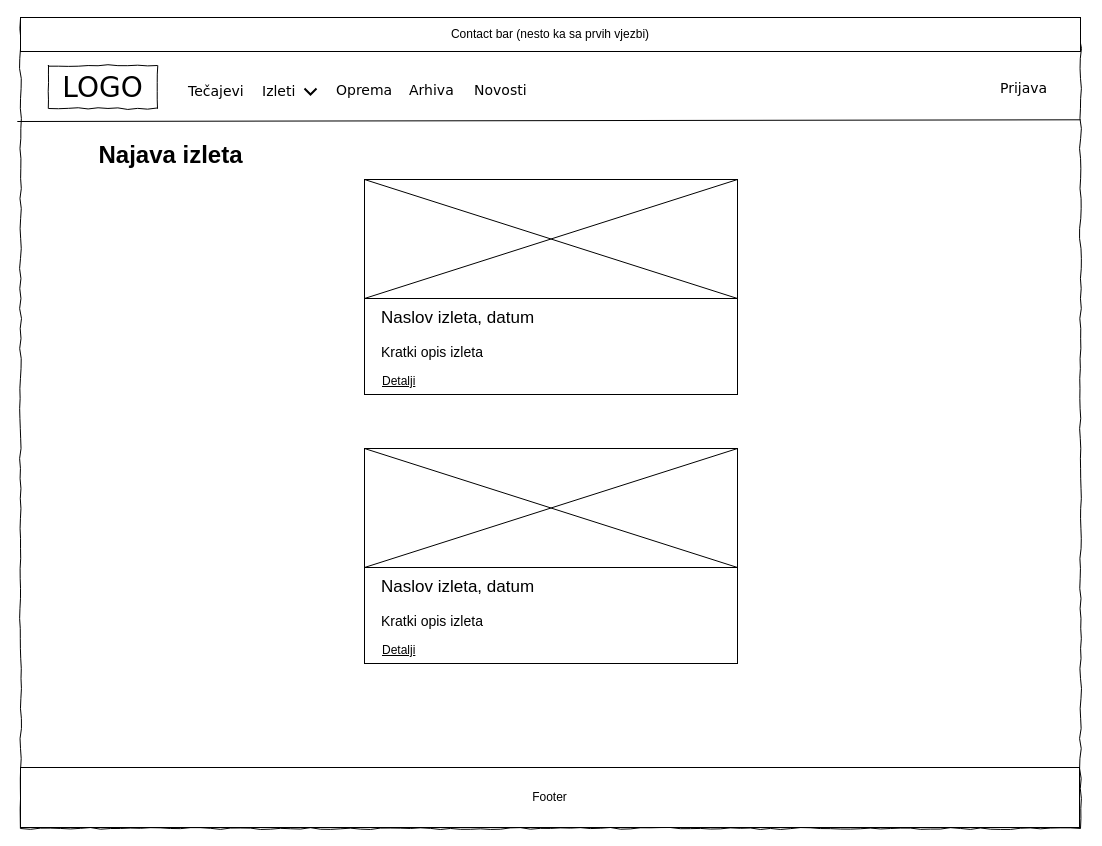
This is page "Hiking announcements Page" (4 of 12) of low-fidelity-HCI.drawio from JakovSp/HCI, a draw.io file, before an edit. Source tidied: cells renumbered, new cells numbered last; positions are measured from the earlier drawing's top-left corner, leaving out a move shared by most shapes. Both pictures are drawn from the tidied source at 100%, with x=0, y=0 at pixel (17, 17). Pictures stored in the file or linked from it are replaced by grey dashed boxes.
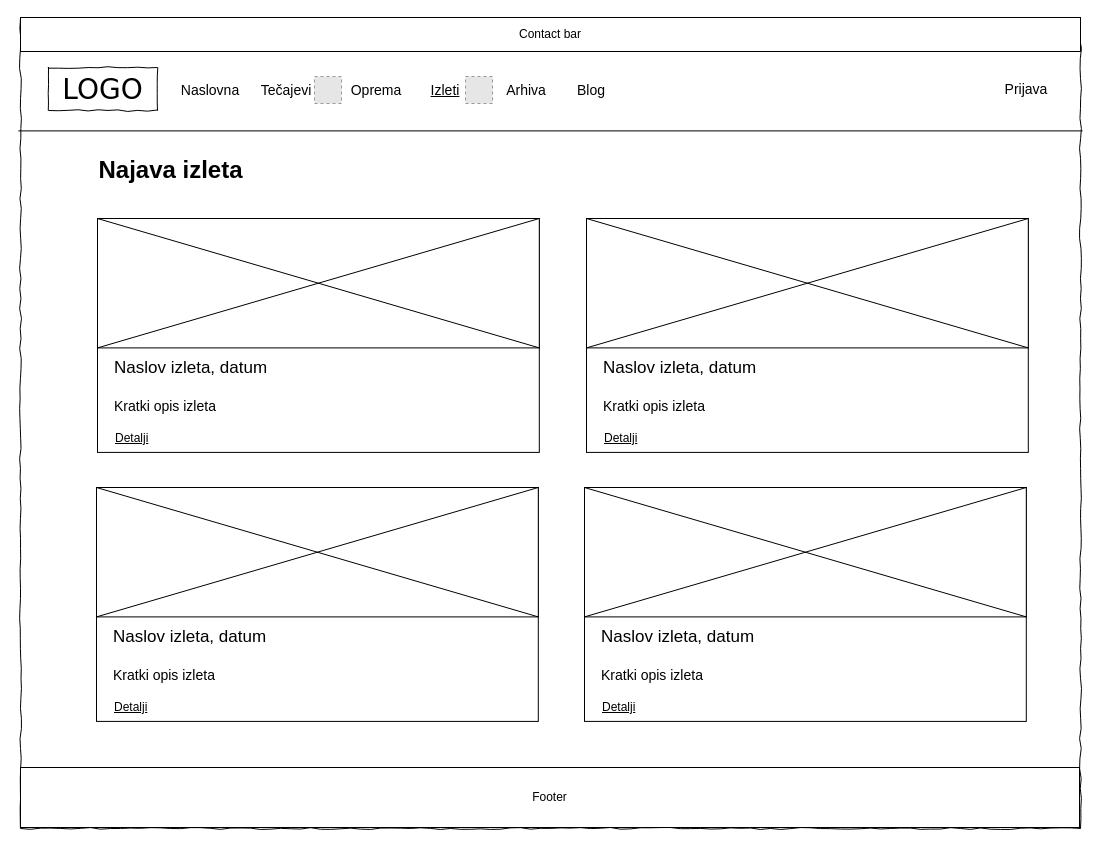
After the change.

Change to the diagram source:
```diff
@@
-    <mxCell id="3" value="Contact bar (nesto ka sa prvih vjezbi)" style="rounded=0;whiteSpace=wrap;html=1;" parent="1" vertex="1">
-      <mxGeometry x="3" width="1060" height="34" as="geometry" />
-    </mxCell>
@@
-    <mxCell id="5" style="group;" parent="1" vertex="1">
-      <mxGeometry x="-0.2" y="43" width="1063.2" height="61" as="geometry" />
-    </mxCell>
-    <mxCell id="6" value="Oprema" style="text;html=1;align=left;verticalAlign=top;spacingTop=-4;fontSize=14;fontFamily=Verdana;" parent="5" vertex="1">
-      <mxGeometry x="317.2" y="18.5" width="60" height="20" as="geometry" />
-    </mxCell>
-    <mxCell id="7" value="Arhiva" style="text;html=1;align=left;verticalAlign=top;spacingTop=-4;fontSize=14;fontFamily=Verdana;" parent="5" vertex="1">
-      <mxGeometry x="390.2" y="19" width="60" height="20" as="geometry" />
-    </mxCell>
-    <mxCell id="8" value="Novosti" style="text;html=1;align=left;verticalAlign=top;spacingTop=-4;fontSize=14;fontFamily=Verdana;" parent="5" vertex="1">
-      <mxGeometry x="455.2" y="19" width="60" height="20" as="geometry" />
-    </mxCell>
-    <mxCell id="9" value="Tečajevi" style="text;html=1;align=left;verticalAlign=top;spacingTop=-4;fontSize=14;fontFamily=Verdana;" parent="5" vertex="1">
-      <mxGeometry x="169.2" y="20" width="60" height="20" as="geometry" />
-    </mxCell>
-    <mxCell id="10" style="group;rotation=90;" parent="5" vertex="1">
-      <mxGeometry x="243.2" y="20" width="60" height="20" as="geometry" />
-    </mxCell>
-    <mxCell id="11" value="Izleti" style="text;html=1;align=left;verticalAlign=top;spacingTop=-4;fontSize=14;fontFamily=Verdana;" parent="10" vertex="1">
-      <mxGeometry width="60" height="20" as="geometry" />
-    </mxCell>
-    <mxCell id="12" style="html=1;verticalLabelPosition=bottom;labelBackgroundColor=#ffffff;verticalAlign=top;shadow=0;dashed=0;strokeWidth=2;shape=mxgraph.ios7.misc.down;" parent="10" vertex="1">
-      <mxGeometry x="44" y="8" width="12" height="6" as="geometry" />
-    </mxCell>
-    <mxCell id="13" value="Prijava" style="text;html=1;align=left;verticalAlign=top;spacingTop=-4;fontSize=14;fontFamily=Verdana;" parent="5" vertex="1">
-      <mxGeometry x="981.2" y="16.5" width="60" height="20" as="geometry" />
-    </mxCell>
-    <mxCell id="14" style="endArrow=none;html=1;exitX=-0.004;exitY=0.137;exitDx=0;exitDy=0;exitPerimeter=0;entryX=0.999;entryY=0.135;entryDx=0;entryDy=0;entryPerimeter=0;" parent="5" edge="1">
-      <mxGeometry relative="1" as="geometry">
-        <mxPoint y="61" as="sourcePoint" />
-        <mxPoint x="1063.2" y="59.3" as="targetPoint" />
-      </mxGeometry>
-    </mxCell>
-    <mxCell id="15" value="LOGO" style="whiteSpace=wrap;html=1;rounded=0;shadow=0;labelBackgroundColor=none;strokeWidth=1;fontFamily=Verdana;fontSize=28;align=center;comic=1;" parent="5" vertex="1">
-      <mxGeometry x="31.2" y="5" width="109" height="43" as="geometry" />
-    </mxCell>
     <mxCell id="16" value="Najava izleta" style="text;strokeColor=none;fillColor=none;html=1;fontSize=24;fontStyle=1;verticalAlign=middle;align=center;" parent="1" vertex="1">
-      <mxGeometry x="111" y="123" width="83" height="29" as="geometry" />
+      <mxGeometry x="111" y="138" width="83" height="29" as="geometry" />
     </mxCell>
     <mxCell id="17" style="group;align=left;" parent="1" vertex="1">
-      <mxGeometry x="347" y="162" width="374" height="216" as="geometry" />
+      <mxGeometry x="80" y="201" width="443" height="235" as="geometry" />
     </mxCell>
     <mxCell id="18" style="rounded=0;whiteSpace=wrap;html=1;strokeColor=#000000;imageWidth=24;" parent="17" vertex="1">
-      <mxGeometry width="373" height="215" as="geometry" />
+      <mxGeometry width="441.8" height="233.9" as="geometry" />
     </mxCell>
     <mxCell id="19" style="group;" parent="17" vertex="1">
-      <mxGeometry width="374" height="214" as="geometry" />
+      <mxGeometry width="443" height="232.8" as="geometry" />
     </mxCell>
     <mxCell id="20" style="group;" parent="19" vertex="1">
-      <mxGeometry width="373" height="119" as="geometry" />
+      <mxGeometry width="441.8" height="129.4" as="geometry" />
     </mxCell>
     <mxCell id="21" style="rounded=0;whiteSpace=wrap;html=1;strokeColor=#000000;" parent="20" vertex="1">
-      <mxGeometry width="373" height="119" as="geometry" />
+      <mxGeometry width="441.8" height="129.4" as="geometry" />
     </mxCell>
@@
     <mxCell id="24" value="&lt;font style=&quot;font-size: 17px&quot;&gt;Naslov izleta, datum&lt;/font&gt;" style="text;html=1;strokeColor=none;fillColor=none;align=left;verticalAlign=middle;whiteSpace=wrap;rounded=0;spacingLeft=15;spacingTop=20;" parent="19" vertex="1">
-      <mxGeometry y="119" width="374" height="20" as="geometry" />
+      <mxGeometry y="129.4" width="443" height="21.8" as="geometry" />
     </mxCell>
     <mxCell id="25" value="&lt;font style=&quot;font-size: 14px&quot;&gt;Kratki opis izleta&lt;/font&gt;" style="text;html=1;strokeColor=none;fillColor=none;align=left;verticalAlign=middle;whiteSpace=wrap;rounded=0;spacingLeft=15;" parent="19" vertex="1">
-      <mxGeometry y="152" width="373" height="41" as="geometry" />
+      <mxGeometry y="165.4" width="441.8" height="44.6" as="geometry" />
     </mxCell>
     <mxCell id="26" value="&lt;u&gt;Detalji&lt;/u&gt;" style="text;html=1;strokeColor=none;fillColor=none;align=left;verticalAlign=middle;whiteSpace=wrap;rounded=0;spacingLeft=15;" parent="19" vertex="1">
-      <mxGeometry x="1" y="190" width="371" height="24" as="geometry" />
+      <mxGeometry x="1.2" y="206.7" width="439.4" height="26.1" as="geometry" />
     </mxCell>
-    <mxCell id="27" style="group;" parent="1" vertex="1">
-      <mxGeometry x="347" y="431" width="374" height="215" as="geometry" />
-    </mxCell>
-    <mxCell id="28" style="rounded=0;whiteSpace=wrap;html=1;strokeColor=#000000;imageWidth=24;" parent="27" vertex="1">
-      <mxGeometry width="373" height="215" as="geometry" />
-    </mxCell>
-    <mxCell id="29" style="group;" parent="27" vertex="1">
-      <mxGeometry width="374" height="214" as="geometry" />
-    </mxCell>
-    <mxCell id="30" style="rounded=0;whiteSpace=wrap;html=1;strokeColor=#000000;" parent="29" vertex="1">
-      <mxGeometry width="373" height="119" as="geometry" />
-    </mxCell>
-    <mxCell id="31" style="endArrow=none;html=1;entryX=0;entryY=0;entryDx=0;entryDy=0;exitX=1;exitY=1;exitDx=0;exitDy=0;" parent="29" edge="1" source="30" target="30">
-      <mxGeometry relative="1" as="geometry" />
-    </mxCell>
-    <mxCell id="32" style="endArrow=none;html=1;entryX=1;entryY=0;entryDx=0;entryDy=0;exitX=0;exitY=1;exitDx=0;exitDy=0;" parent="29" edge="1" source="30" target="30">
-      <mxGeometry relative="1" as="geometry" />
-    </mxCell>
-    <mxCell id="33" style="group;" parent="29" vertex="1">
-      <mxGeometry width="374" height="214" as="geometry" />
-    </mxCell>
-    <mxCell id="34" style="group;" parent="33" vertex="1">
-      <mxGeometry width="373" height="119" as="geometry" />
-    </mxCell>
-    <mxCell id="35" style="rounded=0;whiteSpace=wrap;html=1;strokeColor=#000000;" parent="34" vertex="1">
-      <mxGeometry width="373" height="119" as="geometry" />
-    </mxCell>
-    <mxCell id="36" style="endArrow=none;html=1;entryX=0;entryY=0;entryDx=0;entryDy=0;exitX=1;exitY=1;exitDx=0;exitDy=0;" parent="34" edge="1" source="35" target="35">
-      <mxGeometry relative="1" as="geometry" />
-    </mxCell>
-    <mxCell id="37" style="endArrow=none;html=1;entryX=1;entryY=0;entryDx=0;entryDy=0;exitX=0;exitY=1;exitDx=0;exitDy=0;" parent="34" edge="1" source="35" target="35">
-      <mxGeometry relative="1" as="geometry" />
-    </mxCell>
-    <mxCell id="38" value="&lt;font style=&quot;font-size: 17px&quot;&gt;Naslov izleta, datum&lt;/font&gt;" style="text;html=1;strokeColor=none;fillColor=none;align=left;verticalAlign=middle;whiteSpace=wrap;rounded=0;spacingLeft=15;spacingTop=20;" parent="33" vertex="1">
-      <mxGeometry y="119" width="374" height="20" as="geometry" />
-    </mxCell>
-    <mxCell id="39" value="&lt;font style=&quot;font-size: 14px&quot;&gt;Kratki opis izleta&lt;/font&gt;" style="text;html=1;strokeColor=none;fillColor=none;align=left;verticalAlign=middle;whiteSpace=wrap;rounded=0;spacingLeft=15;" parent="33" vertex="1">
-      <mxGeometry y="152" width="373" height="41" as="geometry" />
-    </mxCell>
-    <mxCell id="40" value="&lt;u&gt;Detalji&lt;/u&gt;" style="text;html=1;strokeColor=none;fillColor=none;align=left;verticalAlign=middle;whiteSpace=wrap;rounded=0;spacingLeft=15;" parent="33" vertex="1">
-      <mxGeometry x="1" y="190" width="371" height="24" as="geometry" />
-    </mxCell>
+    <mxCell id="41" style="group;" parent="1" vertex="1">
+      <mxGeometry x="0.9" width="1064.2" height="113.4" as="geometry" />
+    </mxCell>
+    <mxCell id="42" value="Contact bar" style="rounded=0;whiteSpace=wrap;html=1;" parent="41" vertex="1">
+      <mxGeometry x="2.1" width="1060" height="34" as="geometry" />
+    </mxCell>
+    <mxCell id="43" style="endArrow=none;html=1;fontSize=14;exitX=-0.001;exitY=0.14;exitDx=0;exitDy=0;exitPerimeter=0;entryX=1.003;entryY=0.14;entryDx=0;entryDy=0;entryPerimeter=0;" parent="41" edge="1">
+      <mxGeometry relative="1" as="geometry">
+        <mxPoint y="113.4" as="sourcePoint" />
+        <mxPoint x="1064.2" y="113.4" as="targetPoint" />
+      </mxGeometry>
+    </mxCell>
+    <mxCell id="44" style="group;align=left;" parent="1" vertex="1">
+      <mxGeometry x="569" y="201" width="443" height="235" as="geometry" />
+    </mxCell>
+    <mxCell id="45" style="rounded=0;whiteSpace=wrap;html=1;strokeColor=#000000;imageWidth=24;" parent="44" vertex="1">
+      <mxGeometry width="441.8" height="233.9" as="geometry" />
+    </mxCell>
+    <mxCell id="46" style="group;" parent="44" vertex="1">
+      <mxGeometry width="443" height="232.8" as="geometry" />
+    </mxCell>
+    <mxCell id="47" style="group;" parent="46" vertex="1">
+      <mxGeometry width="441.8" height="129.4" as="geometry" />
+    </mxCell>
+    <mxCell id="48" style="rounded=0;whiteSpace=wrap;html=1;strokeColor=#000000;" parent="47" vertex="1">
+      <mxGeometry width="441.8" height="129.4" as="geometry" />
+    </mxCell>
+    <mxCell id="49" style="endArrow=none;html=1;entryX=0;entryY=0;entryDx=0;entryDy=0;exitX=1;exitY=1;exitDx=0;exitDy=0;" parent="47" edge="1" source="48" target="48">
+      <mxGeometry relative="1" as="geometry" />
+    </mxCell>
+    <mxCell id="50" style="endArrow=none;html=1;entryX=1;entryY=0;entryDx=0;entryDy=0;exitX=0;exitY=1;exitDx=0;exitDy=0;" parent="47" edge="1" source="48" target="48">
+      <mxGeometry relative="1" as="geometry" />
+    </mxCell>
+    <mxCell id="51" value="&lt;font style=&quot;font-size: 17px&quot;&gt;Naslov izleta, datum&lt;/font&gt;" style="text;html=1;strokeColor=none;fillColor=none;align=left;verticalAlign=middle;whiteSpace=wrap;rounded=0;spacingLeft=15;spacingTop=20;" parent="46" vertex="1">
+      <mxGeometry y="129.4" width="443" height="21.8" as="geometry" />
+    </mxCell>
+    <mxCell id="52" value="&lt;font style=&quot;font-size: 14px&quot;&gt;Kratki opis izleta&lt;/font&gt;" style="text;html=1;strokeColor=none;fillColor=none;align=left;verticalAlign=middle;whiteSpace=wrap;rounded=0;spacingLeft=15;" parent="46" vertex="1">
+      <mxGeometry y="165.4" width="441.8" height="44.6" as="geometry" />
+    </mxCell>
+    <mxCell id="53" value="&lt;u&gt;Detalji&lt;/u&gt;" style="text;html=1;strokeColor=none;fillColor=none;align=left;verticalAlign=middle;whiteSpace=wrap;rounded=0;spacingLeft=15;" parent="46" vertex="1">
+      <mxGeometry x="1.2" y="206.7" width="439.4" height="26.1" as="geometry" />
+    </mxCell>
+    <mxCell id="54" style="group;align=left;" parent="1" vertex="1">
+      <mxGeometry x="79" y="470" width="443" height="235" as="geometry" />
+    </mxCell>
+    <mxCell id="55" style="rounded=0;whiteSpace=wrap;html=1;strokeColor=#000000;imageWidth=24;" parent="54" vertex="1">
+      <mxGeometry width="441.8" height="233.9" as="geometry" />
+    </mxCell>
+    <mxCell id="56" style="group;" parent="54" vertex="1">
+      <mxGeometry width="443" height="232.8" as="geometry" />
+    </mxCell>
+    <mxCell id="57" style="group;" parent="56" vertex="1">
+      <mxGeometry width="441.8" height="129.4" as="geometry" />
+    </mxCell>
+    <mxCell id="58" style="rounded=0;whiteSpace=wrap;html=1;strokeColor=#000000;" parent="57" vertex="1">
+      <mxGeometry width="441.8" height="129.4" as="geometry" />
+    </mxCell>
+    <mxCell id="59" style="endArrow=none;html=1;entryX=0;entryY=0;entryDx=0;entryDy=0;exitX=1;exitY=1;exitDx=0;exitDy=0;" parent="57" edge="1" source="58" target="58">
+      <mxGeometry relative="1" as="geometry" />
+    </mxCell>
+    <mxCell id="60" style="endArrow=none;html=1;entryX=1;entryY=0;entryDx=0;entryDy=0;exitX=0;exitY=1;exitDx=0;exitDy=0;" parent="57" edge="1" source="58" target="58">
+      <mxGeometry relative="1" as="geometry" />
+    </mxCell>
+    <mxCell id="61" value="&lt;font style=&quot;font-size: 17px&quot;&gt;Naslov izleta, datum&lt;/font&gt;" style="text;html=1;strokeColor=none;fillColor=none;align=left;verticalAlign=middle;whiteSpace=wrap;rounded=0;spacingLeft=15;spacingTop=20;" parent="56" vertex="1">
+      <mxGeometry y="129.4" width="443" height="21.8" as="geometry" />
+    </mxCell>
+    <mxCell id="62" value="&lt;font style=&quot;font-size: 14px&quot;&gt;Kratki opis izleta&lt;/font&gt;" style="text;html=1;strokeColor=none;fillColor=none;align=left;verticalAlign=middle;whiteSpace=wrap;rounded=0;spacingLeft=15;" parent="56" vertex="1">
+      <mxGeometry y="165.4" width="441.8" height="44.6" as="geometry" />
+    </mxCell>
+    <mxCell id="63" value="&lt;u&gt;Detalji&lt;/u&gt;" style="text;html=1;strokeColor=none;fillColor=none;align=left;verticalAlign=middle;whiteSpace=wrap;rounded=0;spacingLeft=15;" parent="56" vertex="1">
+      <mxGeometry x="1.2" y="206.7" width="439.4" height="26.1" as="geometry" />
+    </mxCell>
+    <mxCell id="64" style="group;align=left;" parent="1" vertex="1">
+      <mxGeometry x="567" y="470" width="443" height="235" as="geometry" />
+    </mxCell>
+    <mxCell id="65" style="rounded=0;whiteSpace=wrap;html=1;strokeColor=#000000;imageWidth=24;" parent="64" vertex="1">
+      <mxGeometry width="441.8" height="233.9" as="geometry" />
+    </mxCell>
+    <mxCell id="66" style="group;" parent="64" vertex="1">
+      <mxGeometry width="443" height="232.8" as="geometry" />
+    </mxCell>
+    <mxCell id="67" style="group;" parent="66" vertex="1">
+      <mxGeometry width="441.8" height="129.4" as="geometry" />
+    </mxCell>
+    <mxCell id="68" style="rounded=0;whiteSpace=wrap;html=1;strokeColor=#000000;" parent="67" vertex="1">
+      <mxGeometry width="441.8" height="129.4" as="geometry" />
+    </mxCell>
+    <mxCell id="69" style="endArrow=none;html=1;entryX=0;entryY=0;entryDx=0;entryDy=0;exitX=1;exitY=1;exitDx=0;exitDy=0;" parent="67" edge="1" source="68" target="68">
+      <mxGeometry relative="1" as="geometry" />
+    </mxCell>
+    <mxCell id="70" style="endArrow=none;html=1;entryX=1;entryY=0;entryDx=0;entryDy=0;exitX=0;exitY=1;exitDx=0;exitDy=0;" parent="67" edge="1" source="68" target="68">
+      <mxGeometry relative="1" as="geometry" />
+    </mxCell>
+    <mxCell id="71" value="&lt;font style=&quot;font-size: 17px&quot;&gt;Naslov izleta, datum&lt;/font&gt;" style="text;html=1;strokeColor=none;fillColor=none;align=left;verticalAlign=middle;whiteSpace=wrap;rounded=0;spacingLeft=15;spacingTop=20;" parent="66" vertex="1">
+      <mxGeometry y="129.4" width="443" height="21.8" as="geometry" />
+    </mxCell>
+    <mxCell id="72" value="&lt;font style=&quot;font-size: 14px&quot;&gt;Kratki opis izleta&lt;/font&gt;" style="text;html=1;strokeColor=none;fillColor=none;align=left;verticalAlign=middle;whiteSpace=wrap;rounded=0;spacingLeft=15;" parent="66" vertex="1">
+      <mxGeometry y="165.4" width="441.8" height="44.6" as="geometry" />
+    </mxCell>
+    <mxCell id="73" value="&lt;u&gt;Detalji&lt;/u&gt;" style="text;html=1;strokeColor=none;fillColor=none;align=left;verticalAlign=middle;whiteSpace=wrap;rounded=0;spacingLeft=15;" parent="66" vertex="1">
+      <mxGeometry x="1.2" y="206.7" width="439.4" height="26.1" as="geometry" />
+    </mxCell>
+    <mxCell id="74" style="group;" parent="1" vertex="1">
+      <mxGeometry x="31" y="50" width="998" height="43" as="geometry" />
+    </mxCell>
+    <mxCell id="75" style="group;" parent="74" vertex="1">
+      <mxGeometry width="563" height="43" as="geometry" />
+    </mxCell>
+    <mxCell id="15" value="LOGO" style="whiteSpace=wrap;html=1;rounded=0;shadow=0;labelBackgroundColor=none;strokeWidth=1;fontFamily=Verdana;fontSize=28;align=center;comic=1;" parent="75" vertex="1">
+      <mxGeometry width="109" height="43" as="geometry" />
+    </mxCell>
+    <mxCell id="76" style="group;" parent="75" vertex="1">
+      <mxGeometry x="142" y="9" width="421" height="27" as="geometry" />
+    </mxCell>
+    <mxCell id="77" value="Naslovna" style="text;html=1;strokeColor=none;fillColor=none;align=center;verticalAlign=middle;whiteSpace=wrap;rounded=0;fontSize=14;" parent="76" vertex="1">
+      <mxGeometry y="3.5" width="40" height="20" as="geometry" />
+    </mxCell>
+    <mxCell id="78" style="group;" parent="76" vertex="1">
+      <mxGeometry x="76" width="75" height="27" as="geometry" />
+    </mxCell>
+    <mxCell id="9" value="Tečajevi" style="text;html=1;strokeColor=none;fillColor=none;align=center;verticalAlign=middle;whiteSpace=wrap;rounded=0;fontSize=14;" parent="78" vertex="1">
+      <mxGeometry y="3.5" width="40" height="20" as="geometry" />
+    </mxCell>
+    <mxCell id="79" style="fillColor=#E6E6E6;strokeColor=#999999;dashed=1;html=1;verticalAlign=top;verticalLabelPosition=bottom;labelBackgroundColor=#ffffff;fontSize=14;align=left;" parent="78" vertex="1">
+      <mxGeometry x="48" width="27" height="27" as="geometry" />
+    </mxCell>
+    <mxCell id="6" value="Oprema" style="text;html=1;strokeColor=none;fillColor=none;align=center;verticalAlign=middle;whiteSpace=wrap;rounded=0;fontSize=14;" parent="76" vertex="1">
+      <mxGeometry x="166" y="3.5" width="40" height="20" as="geometry" />
+    </mxCell>
+    <mxCell id="80" style="group;" parent="76" vertex="1">
+      <mxGeometry x="235" width="67" height="27" as="geometry" />
+    </mxCell>
+    <mxCell id="11" value="&lt;u&gt;Izleti&lt;/u&gt;" style="text;html=1;strokeColor=none;fillColor=none;align=center;verticalAlign=middle;whiteSpace=wrap;rounded=0;fontSize=14;" parent="80" vertex="1">
+      <mxGeometry y="3.5" width="40" height="20" as="geometry" />
+    </mxCell>
+    <mxCell id="81" style="fillColor=#E6E6E6;strokeColor=#999999;dashed=1;html=1;verticalAlign=top;verticalLabelPosition=bottom;labelBackgroundColor=#ffffff;fontSize=14;align=left;" parent="80" vertex="1">
+      <mxGeometry x="40" width="27" height="27" as="geometry" />
+    </mxCell>
+    <mxCell id="7" value="Arhiva" style="text;html=1;strokeColor=none;fillColor=none;align=center;verticalAlign=middle;whiteSpace=wrap;rounded=0;fontSize=14;" parent="76" vertex="1">
+      <mxGeometry x="316" y="3.5" width="40" height="20" as="geometry" />
+    </mxCell>
+    <mxCell id="82" value="Blog" style="text;html=1;strokeColor=none;fillColor=none;align=center;verticalAlign=middle;whiteSpace=wrap;rounded=0;fontSize=14;" parent="76" vertex="1">
+      <mxGeometry x="381" y="3.5" width="40" height="20" as="geometry" />
+    </mxCell>
+    <mxCell id="13" value="Prijava" style="text;html=1;strokeColor=none;fillColor=none;align=center;verticalAlign=middle;whiteSpace=wrap;rounded=0;fontSize=14;" parent="74" vertex="1">
+      <mxGeometry x="958" y="11.5" width="40" height="20" as="geometry" />
+    </mxCell>
```
